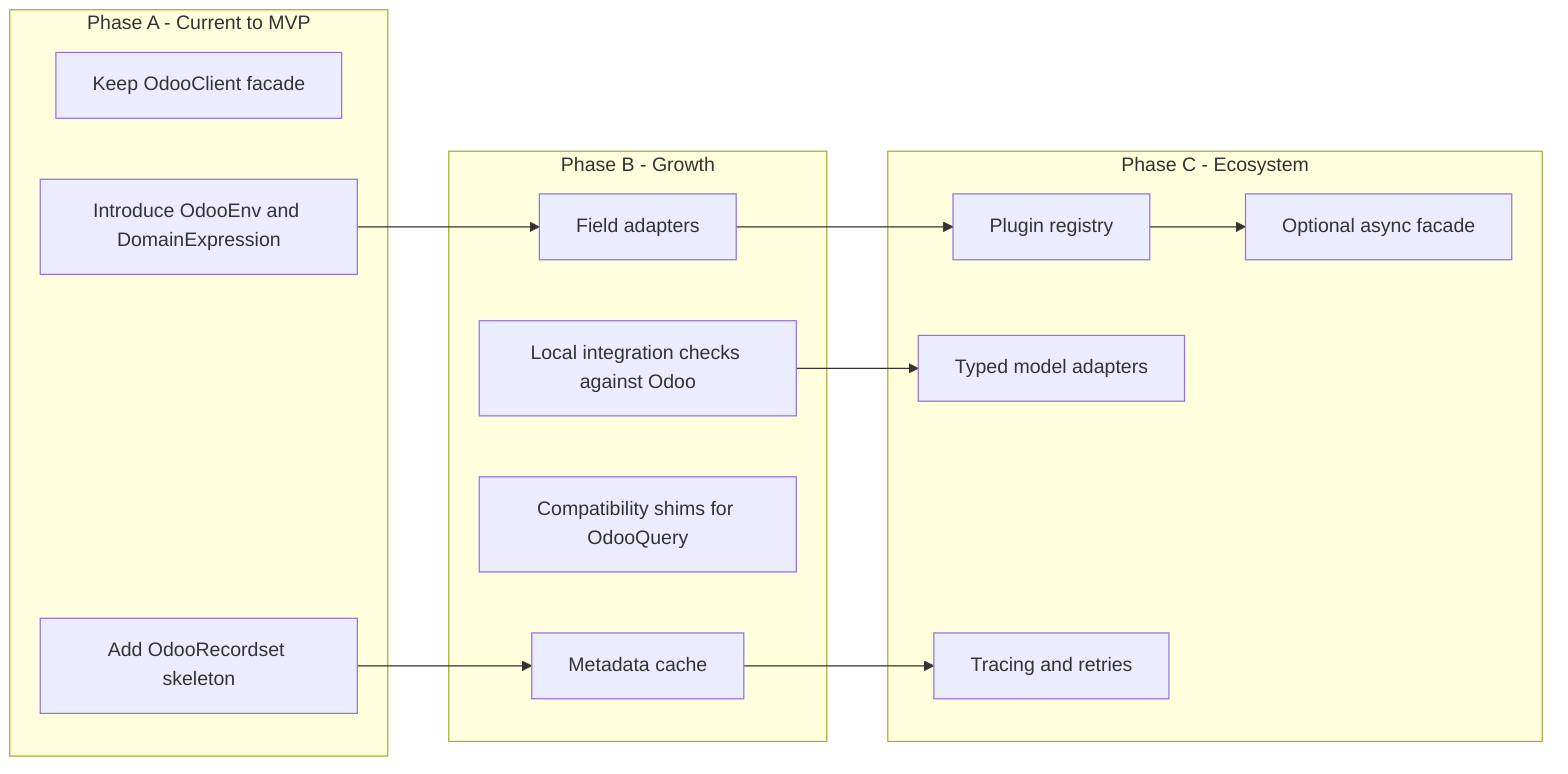
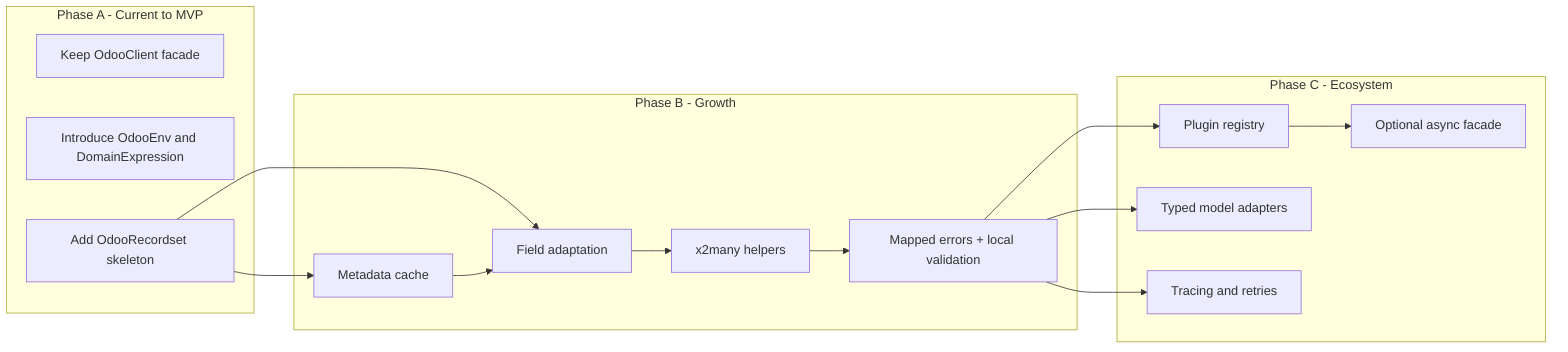
graph LR
    subgraph A["Phase A - Current to MVP"]
        A1["Keep OdooClient facade"]
        A2["Introduce OdooEnv and DomainExpression"]
        A3["Add OdooRecordset skeleton"]
    end

    subgraph B["Phase B - Growth"]
        B1["Metadata cache"]
-         B2["Field adapters"]
-         B3["Compatibility shims for OdooQuery"]
-         B4["Local integration checks against Odoo"]
+         B2["Field adaptation"]
+         B3["x2many helpers"]
+         B4["Mapped errors + local validation"]
    end

    subgraph C["Phase C - Ecosystem"]
        C1["Plugin registry"]
        C2["Typed model adapters"]
        C3["Tracing and retries"]
        C4["Optional async facade"]
    end

    A3 --> B1
-     A2 --> B2
-     B2 --> C1
+     A3 --> B2
+     B1 --> B2
+     B2 --> B3
+     B3 --> B4
+     B4 --> C1
    B4 --> C2
-     B1 --> C3
+     B4 --> C3
    C1 --> C4
